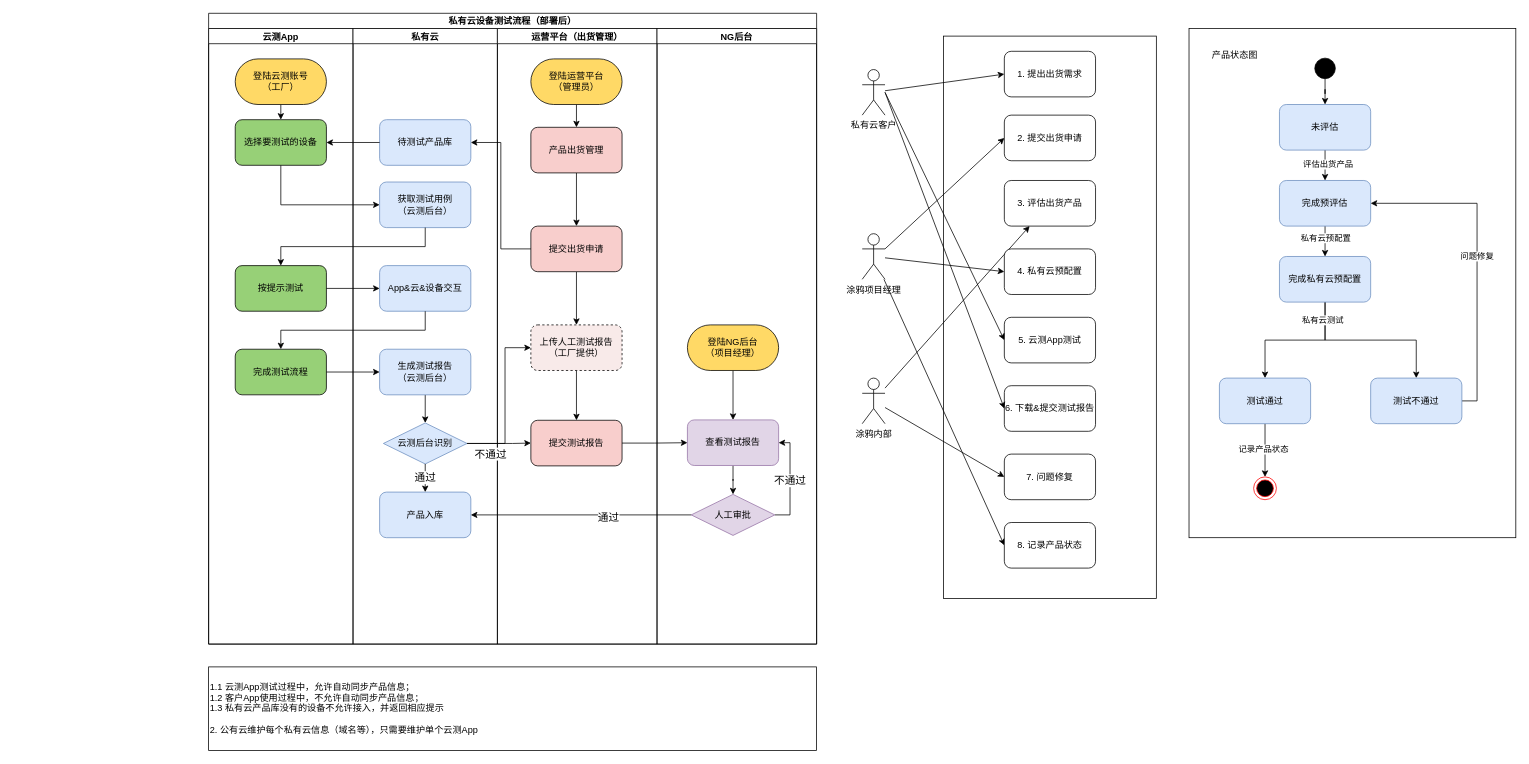
This is page "出货流程V2.0" (5 of 5) of Cube_workflow.drawio from Sidamor/drawio, a draw.io file, before an edit. Source tidied: cells renumbered, new cells numbered last; positions are measured from the earlier drawing's top-left corner, leaving out a move shared by most shapes. Both pictures are drawn from the tidied source at 76%, with x=0, y=0 at pixel (208, 13).
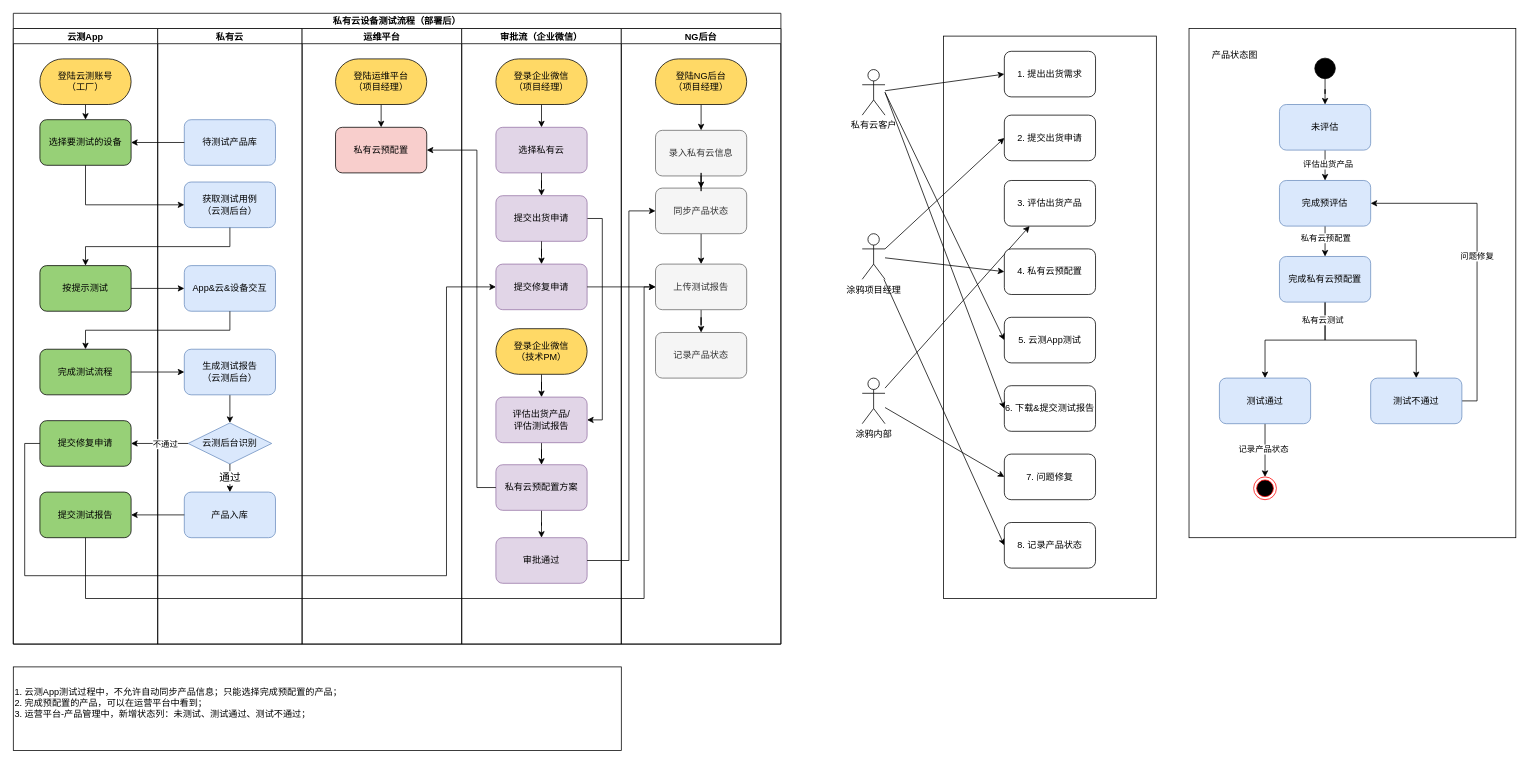
After the change.

Unchanged cells that the change refers to:
```xml
<mxCell id="25" value="云测App" style="swimlane;startSize=20;" parent="24" vertex="1">
  <mxGeometry y="20" width="190" height="810" as="geometry" />
</mxCell>
<mxCell id="36" value="云测后台识别" style="rhombus;whiteSpace=wrap;html=1;fillColor=#dae8fc;strokeColor=#6c8ebf;" parent="31" vertex="1">
  <mxGeometry x="40" y="519" width="110" height="54" as="geometry" />
</mxCell>
<mxCell id="37" value="产品入库" style="rounded=1;whiteSpace=wrap;html=1;fillColor=#dae8fc;strokeColor=#6c8ebf;" parent="31" vertex="1">
  <mxGeometry x="35" y="610" width="120" height="60" as="geometry" />
</mxCell>
<mxCell id="38" value="待测试产品库" style="rounded=1;whiteSpace=wrap;html=1;fillColor=#dae8fc;strokeColor=#6c8ebf;" parent="31" vertex="1">
  <mxGeometry x="35" y="120" width="120" height="60" as="geometry" />
</mxCell>
```

The edit, as a diff of the source:
```diff
@@
     <mxCell id="24" value="私有云设备测试流程（部署后）" style="swimlane;startSize=20;" parent="1" vertex="1">
-      <mxGeometry width="800" height="830" as="geometry" />
+      <mxGeometry x="-257" width="1010" height="830" as="geometry" />
     </mxCell>
@@
+    <mxCell id="47" value="提交测试报告" style="rounded=1;whiteSpace=wrap;html=1;fillColor=#97D077;" parent="25" vertex="1">
+      <mxGeometry x="35" y="610" width="120" height="60" as="geometry" />
+    </mxCell>
+    <mxCell id="95" value="提交修复申请" style="rounded=1;whiteSpace=wrap;html=1;fillColor=#97D077;" parent="25" vertex="1">
+      <mxGeometry x="35" y="516" width="120" height="60" as="geometry" />
+    </mxCell>
@@
-    <mxCell id="40" value="运营平台（出货管理）" style="swimlane;startSize=20;" parent="24" vertex="1">
+    <mxCell id="40" value="运维平台" style="swimlane;startSize=20;" parent="24" vertex="1">
       <mxGeometry x="380" y="20" width="210" height="810" as="geometry" />
     </mxCell>
-    <mxCell id="41" style="edgeStyle=orthogonalEdgeStyle;rounded=0;jettySize=auto;html=1;startArrow=none;startFill=0;exitX=0.5;exitY=1;exitDx=0;exitDy=0;" parent="40" edge="1" source="46" target="47">
-      <mxGeometry relative="1" as="geometry" />
-    </mxCell>
@@
-    <mxCell id="43" value="登陆运营平台&lt;br&gt;（管理员）" style="rounded=1;whiteSpace=wrap;html=1;fillColor=#FFD966;arcSize=50;" parent="40" vertex="1">
+    <mxCell id="43" value="登陆运维平台&lt;br&gt;（项目经理）" style="rounded=1;whiteSpace=wrap;html=1;fillColor=#FFD966;arcSize=50;" parent="40" vertex="1">
       <mxGeometry x="44" y="40" width="120" height="60" as="geometry" />
     </mxCell>
-    <mxCell id="44" style="edgeStyle=orthogonalEdgeStyle;rounded=0;jettySize=auto;html=1;startArrow=none;startFill=0;" parent="40" edge="1" source="45" target="46">
-      <mxGeometry relative="1" as="geometry" />
-    </mxCell>
-    <mxCell id="45" value="提交出货申请" style="rounded=1;whiteSpace=wrap;html=1;fillColor=#F8CECC;" parent="40" vertex="1">
-      <mxGeometry x="44" y="260" width="120" height="60" as="geometry" />
-    </mxCell>
-    <mxCell id="46" value="上传人工测试报告&lt;br&gt;（工厂提供）" style="rounded=1;whiteSpace=wrap;html=1;fillColor=#F8EAE9;dashed=1;" parent="40" vertex="1">
-      <mxGeometry x="44" y="390" width="120" height="60" as="geometry" />
-    </mxCell>
-    <mxCell id="47" value="提交测试报告" style="rounded=1;whiteSpace=wrap;html=1;fillColor=#F8CECC;" parent="40" vertex="1">
-      <mxGeometry x="44" y="515.5" width="120" height="60" as="geometry" />
-    </mxCell>
-    <mxCell id="48" style="edgeStyle=orthogonalEdgeStyle;rounded=0;jettySize=auto;html=1;exitX=0.5;exitY=1;exitDx=0;exitDy=0;entryX=0.5;entryY=0;entryDx=0;entryDy=0;" parent="40" edge="1" source="49" target="45">
-      <mxGeometry relative="1" as="geometry" />
-    </mxCell>
-    <mxCell id="49" value="产品出货管理" style="rounded=1;whiteSpace=wrap;html=1;fillColor=#F8CECC;" parent="40" vertex="1">
+    <mxCell id="49" value="私有云预配置" style="rounded=1;whiteSpace=wrap;html=1;fillColor=#F8CECC;" parent="40" vertex="1">
       <mxGeometry x="44" y="130" width="120" height="60" as="geometry" />
     </mxCell>
-    <mxCell id="50" value="NG后台" style="swimlane;startSize=20;" parent="24" vertex="1">
+    <mxCell id="50" value="审批流（企业微信）" style="swimlane;startSize=20;" parent="24" vertex="1">
       <mxGeometry x="590" y="20" width="210" height="810" as="geometry" />
     </mxCell>
-    <mxCell id="51" style="edgeStyle=orthogonalEdgeStyle;rounded=0;jettySize=auto;html=1;startArrow=none;startFill=0;entryX=0.5;entryY=0;entryDx=0;entryDy=0;" parent="50" edge="1" source="52" target="56">
-      <mxGeometry relative="1" as="geometry" />
-    </mxCell>
-    <mxCell id="52" value="查看测试报告" style="rounded=1;whiteSpace=wrap;html=1;fillColor=#e1d5e7;strokeColor=#9673a6;" parent="50" vertex="1">
-      <mxGeometry x="40" y="515" width="120" height="60" as="geometry" />
-    </mxCell>
-    <mxCell id="53" style="edgeStyle=orthogonalEdgeStyle;rounded=0;jettySize=auto;html=1;exitX=0.5;exitY=1;exitDx=0;exitDy=0;entryX=0.5;entryY=0;entryDx=0;entryDy=0;startArrow=none;startFill=0;" parent="50" edge="1" source="54" target="52">
-      <mxGeometry relative="1" as="geometry" />
-    </mxCell>
+    <mxCell id="96" style="edgeStyle=orthogonalEdgeStyle;rounded=0;jettySize=auto;html=1;exitX=0.5;exitY=1;exitDx=0;exitDy=0;entryX=0.5;entryY=0;entryDx=0;entryDy=0;" parent="50" edge="1" source="97" target="98">
+      <mxGeometry relative="1" as="geometry" />
+    </mxCell>
+    <mxCell id="97" value="登录企业微信&lt;br&gt;（项目经理）" style="rounded=1;whiteSpace=wrap;html=1;fillColor=#FFD966;arcSize=50;" parent="50" vertex="1">
+      <mxGeometry x="45" y="40" width="120" height="60" as="geometry" />
+    </mxCell>
+    <mxCell id="98" value="选择私有云" style="rounded=1;whiteSpace=wrap;html=1;fillColor=#e1d5e7;strokeColor=#9673a6;" parent="50" vertex="1">
+      <mxGeometry x="45" y="130" width="120" height="60" as="geometry" />
+    </mxCell>
+    <mxCell id="99" style="edgeStyle=orthogonalEdgeStyle;rounded=0;jettySize=auto;html=1;exitX=1;exitY=0.5;exitDx=0;exitDy=0;entryX=1;entryY=0.5;entryDx=0;entryDy=0;" parent="50" edge="1" source="45" target="104">
+      <mxGeometry relative="1" as="geometry" />
+    </mxCell>
+    <mxCell id="45" value="提交出货申请" style="rounded=1;whiteSpace=wrap;html=1;fillColor=#e1d5e7;strokeColor=#9673a6;" parent="50" vertex="1">
+      <mxGeometry x="45" y="220" width="120" height="60" as="geometry" />
+    </mxCell>
+    <mxCell id="100" style="edgeStyle=orthogonalEdgeStyle;rounded=0;jettySize=auto;html=1;" parent="50" edge="1" source="98" target="45">
+      <mxGeometry relative="1" as="geometry" />
+    </mxCell>
+    <mxCell id="101" style="edgeStyle=orthogonalEdgeStyle;rounded=0;jettySize=auto;html=1;exitX=0.5;exitY=1;exitDx=0;exitDy=0;" parent="50" edge="1" source="102" target="104">
+      <mxGeometry relative="1" as="geometry" />
+    </mxCell>
+    <mxCell id="102" value="登录企业微信&lt;br&gt;（技术PM）" style="rounded=1;whiteSpace=wrap;html=1;fillColor=#FFD966;arcSize=50;" parent="50" vertex="1">
+      <mxGeometry x="45" y="395" width="120" height="60" as="geometry" />
+    </mxCell>
+    <mxCell id="103" style="edgeStyle=orthogonalEdgeStyle;rounded=0;jettySize=auto;html=1;" parent="50" edge="1" source="104" target="106">
+      <mxGeometry relative="1" as="geometry" />
+    </mxCell>
+    <mxCell id="104" value="评估出货产品/&lt;br&gt;评估测试报告" style="rounded=1;whiteSpace=wrap;html=1;fillColor=#e1d5e7;strokeColor=#9673a6;" parent="50" vertex="1">
+      <mxGeometry x="45" y="485" width="120" height="60" as="geometry" />
+    </mxCell>
+    <mxCell id="105" style="edgeStyle=orthogonalEdgeStyle;rounded=0;jettySize=auto;html=1;" parent="50" edge="1" source="106" target="107">
+      <mxGeometry relative="1" as="geometry" />
+    </mxCell>
+    <mxCell id="106" value="私有云预配置方案" style="rounded=1;whiteSpace=wrap;html=1;fillColor=#e1d5e7;strokeColor=#9673a6;" parent="50" vertex="1">
+      <mxGeometry x="45" y="574" width="120" height="60" as="geometry" />
+    </mxCell>
+    <mxCell id="107" value="审批通过" style="rounded=1;whiteSpace=wrap;html=1;fillColor=#e1d5e7;strokeColor=#9673a6;" parent="50" vertex="1">
+      <mxGeometry x="45" y="670" width="120" height="60" as="geometry" />
+    </mxCell>
+    <mxCell id="108" value="提交修复申请" style="rounded=1;whiteSpace=wrap;html=1;fillColor=#e1d5e7;strokeColor=#9673a6;" parent="50" vertex="1">
+      <mxGeometry x="45" y="310" width="120" height="60" as="geometry" />
+    </mxCell>
+    <mxCell id="109" style="edgeStyle=orthogonalEdgeStyle;rounded=0;jettySize=auto;html=1;" parent="50" edge="1" source="45" target="108">
+      <mxGeometry relative="1" as="geometry" />
+    </mxCell>
+    <mxCell id="110" value="NG后台" style="swimlane;startSize=20;" parent="24" vertex="1">
+      <mxGeometry x="800" y="20" width="210" height="810" as="geometry" />
+    </mxCell>
+    <mxCell id="111" value="录入私有云信息" style="rounded=1;whiteSpace=wrap;html=1;fillColor=#f5f5f5;strokeColor=#666666;fontColor=#333333;" parent="110" vertex="1">
+      <mxGeometry x="45" y="134" width="120" height="60" as="geometry" />
+    </mxCell>
+    <mxCell id="112" style="edgeStyle=orthogonalEdgeStyle;rounded=0;jettySize=auto;html=1;exitX=0.5;exitY=1;exitDx=0;exitDy=0;entryX=0.5;entryY=0;entryDx=0;entryDy=0;startArrow=none;startFill=0;" parent="110" edge="1" source="54" target="111">
+      <mxGeometry relative="1" as="geometry" />
+    </mxCell>
-    <mxCell id="54" value="登陆NG后台&lt;br&gt;（项目经理）" style="rounded=1;whiteSpace=wrap;html=1;fillColor=#FFD966;arcSize=50;" parent="50" vertex="1">
-      <mxGeometry x="40" y="390" width="120" height="60" as="geometry" />
+    <mxCell id="54" value="登陆NG后台&lt;br&gt;（项目经理）" style="rounded=1;whiteSpace=wrap;html=1;fillColor=#FFD966;arcSize=50;" parent="110" vertex="1">
+      <mxGeometry x="45" y="40" width="120" height="60" as="geometry" />
     </mxCell>
-    <mxCell id="55" value="不通过" style="edgeStyle=orthogonalEdgeStyle;rounded=0;jettySize=auto;html=1;exitX=1;exitY=0.5;exitDx=0;exitDy=0;entryX=1;entryY=0.5;entryDx=0;entryDy=0;fontSize=14;startArrow=none;startFill=0;" parent="50" edge="1" source="56" target="52">
-      <mxGeometry relative="1" as="geometry" />
-    </mxCell>
-    <mxCell id="56" value="人工审批" style="rhombus;whiteSpace=wrap;html=1;fillColor=#e1d5e7;strokeColor=#9673a6;" parent="50" vertex="1">
-      <mxGeometry x="45" y="613" width="110" height="54" as="geometry" />
-    </mxCell>
+    <mxCell id="113" style="edgeStyle=orthogonalEdgeStyle;rounded=0;jettySize=auto;html=1;" parent="110" edge="1" source="114" target="117">
+      <mxGeometry relative="1" as="geometry" />
+    </mxCell>
+    <mxCell id="114" value="同步产品状态" style="rounded=1;whiteSpace=wrap;html=1;fillColor=#f5f5f5;strokeColor=#666666;fontColor=#333333;" parent="110" vertex="1">
+      <mxGeometry x="45" y="210" width="120" height="60" as="geometry" />
+    </mxCell>
+    <mxCell id="115" style="edgeStyle=orthogonalEdgeStyle;rounded=0;jettySize=auto;html=1;" parent="110" edge="1" source="111" target="114">
+      <mxGeometry relative="1" as="geometry" />
+    </mxCell>
+    <mxCell id="116" style="edgeStyle=orthogonalEdgeStyle;rounded=0;jettySize=auto;html=1;" parent="110" edge="1" source="117" target="118">
+      <mxGeometry relative="1" as="geometry" />
+    </mxCell>
+    <mxCell id="117" value="上传测试报告" style="rounded=1;whiteSpace=wrap;html=1;fillColor=#f5f5f5;strokeColor=#666666;fontColor=#333333;" parent="110" vertex="1">
+      <mxGeometry x="45" y="310" width="120" height="60" as="geometry" />
+    </mxCell>
+    <mxCell id="118" value="记录产品状态" style="rounded=1;whiteSpace=wrap;html=1;fillColor=#f5f5f5;strokeColor=#666666;fontColor=#333333;" parent="110" vertex="1">
+      <mxGeometry x="45" y="400" width="120" height="60" as="geometry" />
+    </mxCell>
@@
-    <mxCell id="62" style="edgeStyle=orthogonalEdgeStyle;rounded=0;jettySize=auto;html=1;exitX=1;exitY=0.5;exitDx=0;exitDy=0;entryX=0;entryY=0.5;entryDx=0;entryDy=0;startArrow=none;startFill=0;" parent="24" edge="1" source="36" target="46">
-      <mxGeometry relative="1" as="geometry">
-        <Array as="points">
-          <mxPoint x="390" y="566" />
-          <mxPoint x="390" y="440" />
-        </Array>
-      </mxGeometry>
-    </mxCell>
-    <mxCell id="63" value="不通过" style="edgeLabel;html=1;align=center;verticalAlign=middle;fontSize=14;labelBackgroundColor=#FFFFFF;" parent="62" vertex="1">
-      <mxGeometry x="-0.31" y="1" relative="1" as="geometry">
-        <mxPoint x="-19" y="35" as="offset" />
-      </mxGeometry>
-    </mxCell>
-    <mxCell id="64" style="edgeStyle=orthogonalEdgeStyle;rounded=0;jettySize=auto;html=1;exitX=1;exitY=0.5;exitDx=0;exitDy=0;startArrow=none;startFill=0;" parent="24" edge="1" source="47" target="52">
-      <mxGeometry relative="1" as="geometry" />
-    </mxCell>
-    <mxCell id="65" style="edgeStyle=orthogonalEdgeStyle;rounded=0;jettySize=auto;html=1;exitX=1;exitY=0.5;exitDx=0;exitDy=0;startArrow=none;startFill=0;entryX=0;entryY=0.5;entryDx=0;entryDy=0;" parent="24" edge="1" source="36" target="47">
-      <mxGeometry relative="1" as="geometry">
-        <Array as="points">
-          <mxPoint x="400" y="566" />
-          <mxPoint x="400" y="566" />
-        </Array>
-      </mxGeometry>
-    </mxCell>
-    <mxCell id="66" style="edgeStyle=orthogonalEdgeStyle;rounded=0;jettySize=auto;html=1;exitX=0;exitY=0.5;exitDx=0;exitDy=0;fontSize=14;startArrow=none;startFill=0;entryX=1;entryY=0.5;entryDx=0;entryDy=0;" parent="24" edge="1" source="56" target="37">
-      <mxGeometry relative="1" as="geometry" />
-    </mxCell>
-    <mxCell id="67" value="通过" style="edgeLabel;html=1;align=center;verticalAlign=middle;fontSize=14;" parent="66" vertex="1">
-      <mxGeometry x="-0.24" y="2" relative="1" as="geometry" />
-    </mxCell>
-    <mxCell id="68" style="edgeStyle=orthogonalEdgeStyle;rounded=0;jettySize=auto;html=1;exitX=0;exitY=0.5;exitDx=0;exitDy=0;entryX=1;entryY=0.5;entryDx=0;entryDy=0;" parent="24" edge="1" source="45" target="38">
-      <mxGeometry relative="1" as="geometry" />
-    </mxCell>
@@
+    <mxCell id="119" style="edgeStyle=orthogonalEdgeStyle;rounded=0;jettySize=auto;html=1;exitX=0;exitY=0.5;exitDx=0;exitDy=0;" parent="24" edge="1" source="37" target="47">
+      <mxGeometry relative="1" as="geometry" />
+    </mxCell>
+    <mxCell id="120" style="edgeStyle=orthogonalEdgeStyle;rounded=0;jettySize=auto;html=1;exitX=0;exitY=0.5;exitDx=0;exitDy=0;entryX=1;entryY=0.5;entryDx=0;entryDy=0;" parent="24" edge="1" source="36" target="95">
+      <mxGeometry relative="1" as="geometry" />
+    </mxCell>
+    <mxCell id="121" value="不通过" style="edgeLabel;html=1;align=center;verticalAlign=middle;" parent="120" vertex="1">
+      <mxGeometry x="-0.39" y="1" relative="1" as="geometry">
+        <mxPoint x="-8" y="-1" as="offset" />
+      </mxGeometry>
+    </mxCell>
+    <mxCell id="122" style="edgeStyle=orthogonalEdgeStyle;rounded=0;jettySize=auto;html=1;exitX=0;exitY=0.5;exitDx=0;exitDy=0;entryX=1;entryY=0.5;entryDx=0;entryDy=0;" parent="24" edge="1" source="106" target="49">
+      <mxGeometry relative="1" as="geometry">
+        <Array as="points">
+          <mxPoint x="610" y="624" />
+          <mxPoint x="610" y="180" />
+        </Array>
+      </mxGeometry>
+    </mxCell>
+    <mxCell id="123" style="edgeStyle=orthogonalEdgeStyle;rounded=0;jettySize=auto;html=1;exitX=1;exitY=0.5;exitDx=0;exitDy=0;entryX=0;entryY=0.5;entryDx=0;entryDy=0;" parent="24" edge="1" source="107" target="114">
+      <mxGeometry relative="1" as="geometry">
+        <Array as="points">
+          <mxPoint x="810" y="720" />
+          <mxPoint x="810" y="260" />
+        </Array>
+      </mxGeometry>
+    </mxCell>
+    <mxCell id="124" style="edgeStyle=orthogonalEdgeStyle;rounded=0;jettySize=auto;html=1;exitX=0;exitY=0.5;exitDx=0;exitDy=0;entryX=0;entryY=0.5;entryDx=0;entryDy=0;" parent="24" edge="1" source="95" target="108">
+      <mxGeometry relative="1" as="geometry">
+        <Array as="points">
+          <mxPoint x="15" y="566" />
+          <mxPoint x="15" y="740" />
+          <mxPoint x="570" y="740" />
+          <mxPoint x="570" y="360" />
+        </Array>
+      </mxGeometry>
+    </mxCell>
+    <mxCell id="125" style="edgeStyle=orthogonalEdgeStyle;rounded=0;jettySize=auto;html=1;exitX=0.5;exitY=1;exitDx=0;exitDy=0;entryX=0;entryY=0.5;entryDx=0;entryDy=0;" parent="24" edge="1" source="47" target="117">
+      <mxGeometry relative="1" as="geometry">
+        <Array as="points">
+          <mxPoint x="95" y="770" />
+          <mxPoint x="830" y="770" />
+          <mxPoint x="830" y="360" />
+        </Array>
+      </mxGeometry>
+    </mxCell>
+    <mxCell id="126" style="edgeStyle=orthogonalEdgeStyle;rounded=0;jettySize=auto;html=1;exitX=1;exitY=0.5;exitDx=0;exitDy=0;" parent="24" edge="1" source="108" target="117">
+      <mxGeometry relative="1" as="geometry" />
+    </mxCell>
-    <mxCell id="70" value="&lt;span style=&quot;&quot;&gt;1.1 云测App测试过程中，允许自动同步产品信息；&lt;br&gt;1.2 客户App使用过程中，不允许自动同步产品信息；&lt;br&gt;1.3 私有云产品库没有的设备不允许接入，并返回相应提示&lt;br&gt;&lt;br&gt;2. 公有云维护每个私有云信息（域名等），只需要维护单个云测App&lt;/span&gt;" style="rounded=0;whiteSpace=wrap;html=1;fillColor=none;align=left;" parent="1" vertex="1">
-      <mxGeometry y="860" width="800" height="110" as="geometry" />
+    <mxCell id="70" value="&lt;span style=&quot;&quot;&gt;1. 云测App测试过程中，不允许自动同步产品信息；只能选择完成预配置的产品；&lt;br&gt;2. 完成预配置的产品，可以在运营平台中看到；&lt;br&gt;3. 运营平台-产品管理中，新增状态列：未测试、测试通过、测试不通过；&lt;br&gt;&lt;br&gt;&lt;/span&gt;" style="rounded=0;whiteSpace=wrap;html=1;fillColor=none;align=left;" parent="1" vertex="1">
+      <mxGeometry x="-257" y="860" width="800" height="110" as="geometry" />
     </mxCell>
@@
     <mxCell id="75" style="edgeStyle=orthogonalEdgeStyle;rounded=0;orthogonalLoop=1;jettySize=auto;html=1;exitX=0.5;exitY=1;exitDx=0;exitDy=0;" parent="1" edge="1">
       <mxGeometry relative="1" as="geometry">
-        <mxPoint x="1469" y="299" as="targetPoint" />
+        <mxPoint x="1212" y="299" as="targetPoint" />
       </mxGeometry>
     </mxCell>
@@
     <mxCell id="79" style="edgeStyle=orthogonalEdgeStyle;rounded=0;orthogonalLoop=1;jettySize=auto;html=1;" parent="1" edge="1">
       <mxGeometry relative="1" as="geometry">
-        <mxPoint x="1379" y="429" as="targetPoint" />
+        <mxPoint x="1122" y="429" as="targetPoint" />
       </mxGeometry>
     </mxCell>
     <mxCell id="80" style="edgeStyle=orthogonalEdgeStyle;rounded=0;orthogonalLoop=1;jettySize=auto;html=1;" parent="1" edge="1">
       <mxGeometry relative="1" as="geometry">
-        <mxPoint x="1565.6" y="429" as="targetPoint" />
+        <mxPoint x="1308.6" y="429" as="targetPoint" />
       </mxGeometry>
     </mxCell>
     <mxCell id="81" style="edgeStyle=orthogonalEdgeStyle;rounded=0;orthogonalLoop=1;jettySize=auto;html=1;" parent="1" edge="1">
       <mxGeometry relative="1" as="geometry">
-        <mxPoint x="1565.5" y="539" as="targetPoint" />
+        <mxPoint x="1308.5" y="539" as="targetPoint" />
       </mxGeometry>
     </mxCell>
     <mxCell id="82" style="edgeStyle=orthogonalEdgeStyle;rounded=0;orthogonalLoop=1;jettySize=auto;html=1;" parent="1" edge="1">
       <mxGeometry relative="1" as="geometry">
-        <mxPoint x="1565.5" y="649" as="targetPoint" />
+        <mxPoint x="1308.5" y="649" as="targetPoint" />
       </mxGeometry>
     </mxCell>
```
